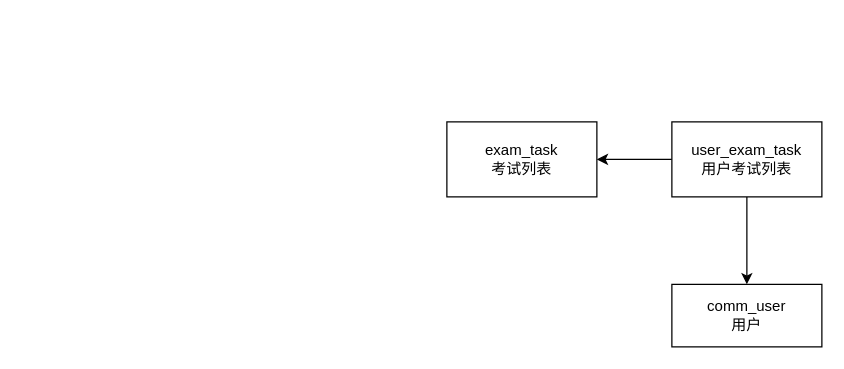
The draw.io diagram exe/Untitled Diagram.drawio in w849027724/draw_files, before the edit. Source tidied: cells renumbered, new cells numbered last; positions are measured from the earlier drawing's top-left corner, leaving out a move shared by most shapes. Both pictures are drawn from the tidied source at 125%, with x=0, y=0 at pixel (446, 121).
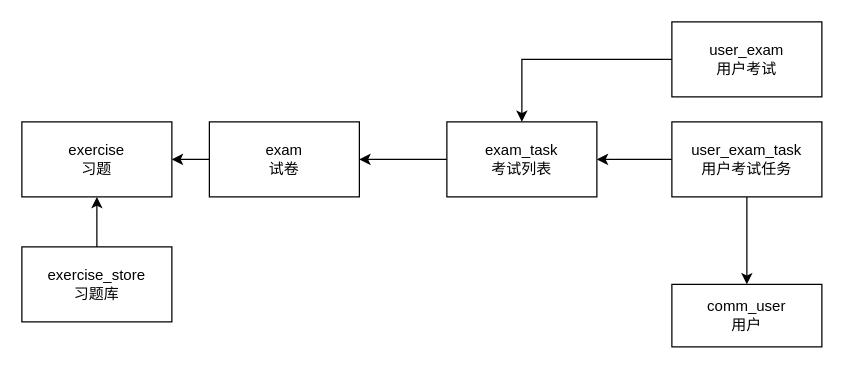
Above is the later version.

The edit, as a diff of the source:
```diff
@@
 <mxGraphModel>
   <root>
     <mxCell id="0" />
     <mxCell id="1" parent="0" />
+    <mxCell id="7" style="edgeStyle=orthogonalEdgeStyle;rounded=0;jettySize=auto;html=1;entryX=1;entryY=0.5;entryDx=0;entryDy=0;" parent="1" edge="1" source="2" target="9">
+      <mxGeometry relative="1" as="geometry" />
+    </mxCell>
     <mxCell id="2" value="exam_task&lt;br&gt;考试列表" style="rounded=0;whiteSpace=wrap;html=1;" parent="1" vertex="1">
       <mxGeometry width="120" height="60" as="geometry" />
     </mxCell>
     <mxCell id="3" value="comm_user&lt;br&gt;用户" style="rounded=0;whiteSpace=wrap;html=1;" parent="1" vertex="1">
       <mxGeometry x="180" y="130" width="120" height="50" as="geometry" />
     </mxCell>
     <mxCell id="4" style="edgeStyle=orthogonalEdgeStyle;rounded=0;jettySize=auto;html=1;entryX=0.5;entryY=0;entryDx=0;entryDy=0;" parent="1" edge="1" source="6" target="3">
       <mxGeometry relative="1" as="geometry">
         <Array as="points">
           <mxPoint x="240" y="90" />
           <mxPoint x="240" y="90" />
         </Array>
       </mxGeometry>
     </mxCell>
     <mxCell id="5" style="edgeStyle=orthogonalEdgeStyle;rounded=0;jettySize=auto;html=1;exitX=0;exitY=0.5;exitDx=0;exitDy=0;" parent="1" edge="1" source="6" target="2">
       <mxGeometry relative="1" as="geometry" />
     </mxCell>
-    <mxCell id="6" value="user_exam_task&lt;br&gt;用户考试列表" style="rounded=0;whiteSpace=wrap;html=1;" parent="1" vertex="1">
+    <mxCell id="6" value="user_exam_task&lt;br&gt;用户考试任务" style="rounded=0;whiteSpace=wrap;html=1;" parent="1" vertex="1">
       <mxGeometry x="180" width="120" height="60" as="geometry" />
     </mxCell>
+    <mxCell id="8" style="edgeStyle=orthogonalEdgeStyle;rounded=0;jettySize=auto;html=1;exitX=0;exitY=0.5;exitDx=0;exitDy=0;" parent="1" edge="1" source="9" target="10">
+      <mxGeometry relative="1" as="geometry" />
+    </mxCell>
+    <mxCell id="9" value="exam&lt;br&gt;试卷" style="rounded=0;whiteSpace=wrap;html=1;" parent="1" vertex="1">
+      <mxGeometry x="-190" width="120" height="60" as="geometry" />
+    </mxCell>
+    <mxCell id="10" value="exercise&lt;br&gt;习题" style="rounded=0;whiteSpace=wrap;html=1;" parent="1" vertex="1">
+      <mxGeometry x="-340" width="120" height="60" as="geometry" />
+    </mxCell>
+    <mxCell id="11" style="edgeStyle=orthogonalEdgeStyle;rounded=0;jettySize=auto;html=1;exitX=0;exitY=0.5;exitDx=0;exitDy=0;entryX=0.5;entryY=0;entryDx=0;entryDy=0;" parent="1" edge="1" source="12" target="2">
+      <mxGeometry relative="1" as="geometry" />
+    </mxCell>
+    <mxCell id="12" value="user_exam&lt;br&gt;用户考试" style="rounded=0;whiteSpace=wrap;html=1;" parent="1" vertex="1">
+      <mxGeometry x="180" y="-80" width="120" height="60" as="geometry" />
+    </mxCell>
+    <mxCell id="13" style="edgeStyle=orthogonalEdgeStyle;rounded=0;jettySize=auto;html=1;exitX=0.5;exitY=0;exitDx=0;exitDy=0;entryX=0.5;entryY=1;entryDx=0;entryDy=0;" parent="1" edge="1" source="14" target="10">
+      <mxGeometry relative="1" as="geometry" />
+    </mxCell>
+    <mxCell id="14" value="exercise_store&lt;br&gt;习题库" style="rounded=0;whiteSpace=wrap;html=1;" parent="1" vertex="1">
+      <mxGeometry x="-340" y="100" width="120" height="60" as="geometry" />
+    </mxCell>
   </root>
 </mxGraphModel>
```
